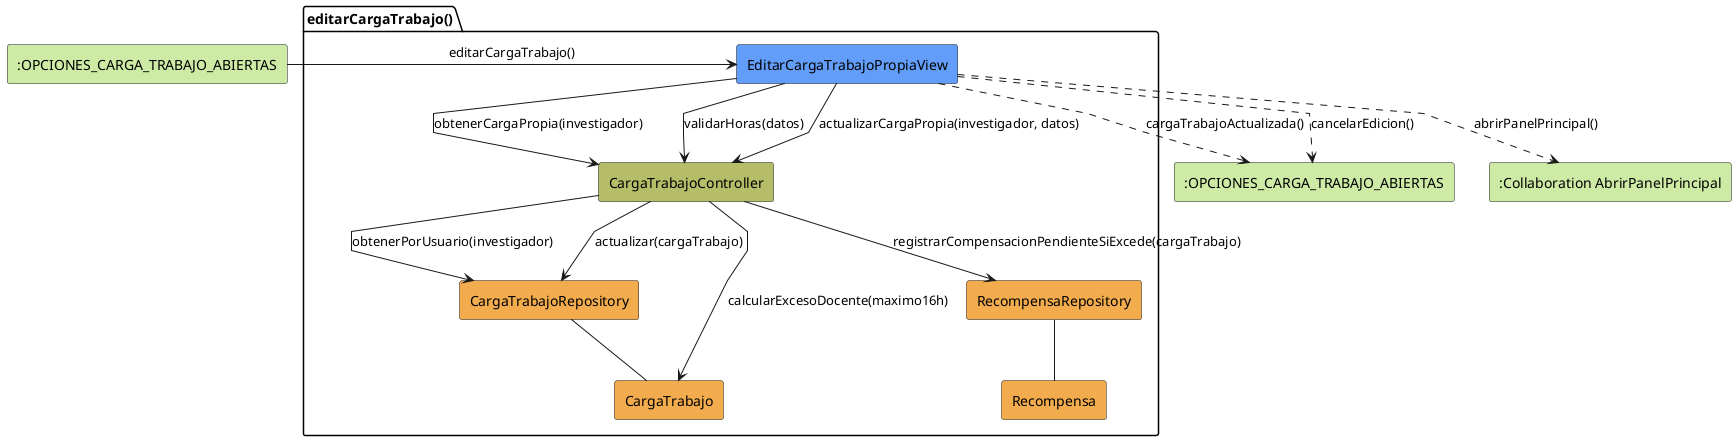
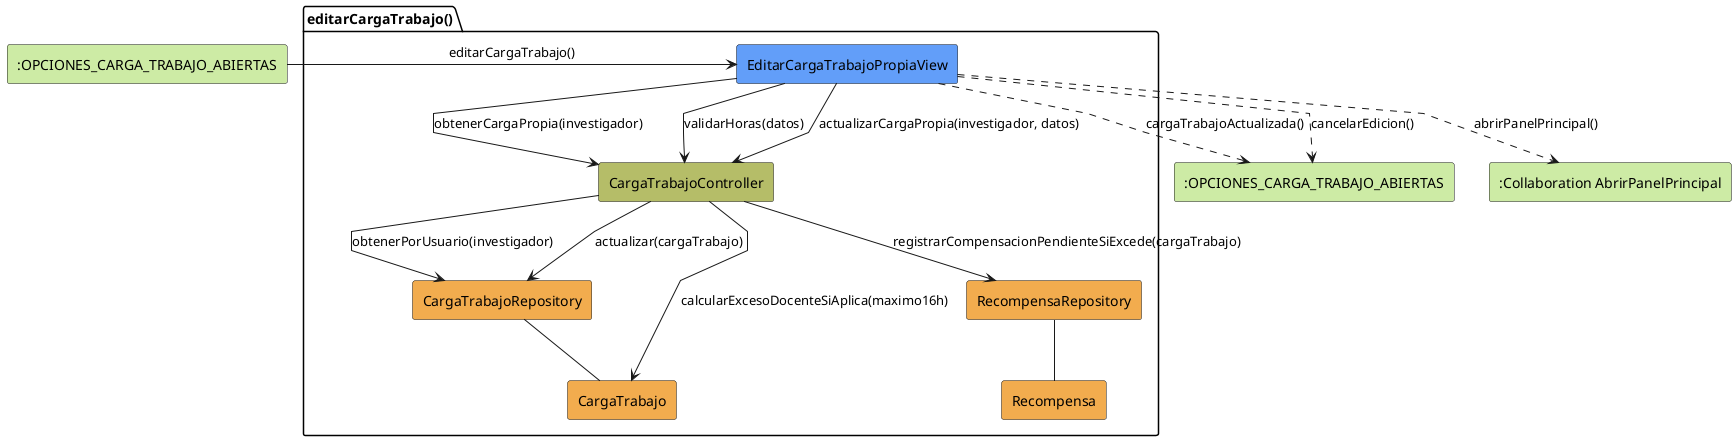
@startuml editarCargaTrabajo-analisis
skinparam linetype polyline

rectangle #CDEBA5 ":OPCIONES_CARGA_TRABAJO_ABIERTAS" as EstadoEntrada
package editarCargaTrabajo as "editarCargaTrabajo()" {
    rectangle #629EF9 EditarCargaTrabajoPropiaView
    rectangle #b5bd68 CargaTrabajoController
    rectangle #F2AC4E CargaTrabajoRepository
    rectangle #F2AC4E RecompensaRepository
    rectangle #F2AC4E CargaTrabajo
    rectangle #F2AC4E Recompensa
}

rectangle #CDEBA5 ":OPCIONES_CARGA_TRABAJO_ABIERTAS" as EstadoSalida
rectangle #CDEBA5 ":Collaboration AbrirPanelPrincipal" as AbrirPanelPrincipal

EstadoEntrada -r-> EditarCargaTrabajoPropiaView: editarCargaTrabajo()

EditarCargaTrabajoPropiaView -d-> CargaTrabajoController: obtenerCargaPropia(investigador)
EditarCargaTrabajoPropiaView --> CargaTrabajoController: validarHoras(datos)
EditarCargaTrabajoPropiaView --> CargaTrabajoController: actualizarCargaPropia(investigador, datos)
CargaTrabajoController --> CargaTrabajoRepository: obtenerPorUsuario(investigador)
- CargaTrabajoController --> CargaTrabajo: calcularExcesoDocente(maximo16h)
+ CargaTrabajoController --> CargaTrabajo: calcularExcesoDocenteSiAplica(maximo16h)
CargaTrabajoController --> CargaTrabajoRepository: actualizar(cargaTrabajo)
CargaTrabajoController --> RecompensaRepository: registrarCompensacionPendienteSiExcede(cargaTrabajo)
CargaTrabajoRepository -- CargaTrabajo
RecompensaRepository -- Recompensa
EditarCargaTrabajoPropiaView ..> EstadoSalida: cargaTrabajoActualizada()
EditarCargaTrabajoPropiaView ..> EstadoSalida: cancelarEdicion()
EditarCargaTrabajoPropiaView ..> AbrirPanelPrincipal: abrirPanelPrincipal()

@enduml
